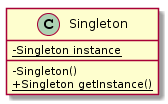
This is img/designpattern-singleton-ex-classdiagram.png from Lee-Changsun/Lee-Changsun.github.io, a PlantUML export, as it was before one commit.
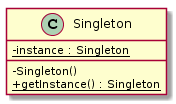
Above is the later version.

The edit, as a diff of the source:
```diff
@@ -1,9 +1,9 @@
 @startuml
 skinparam classAttributeIconSize 0
 class Singleton{
-    - {static} Singleton instance
+    - {static} instance : Singleton
     - Singleton()
-    + {static} Singleton getInstance()
+    + {static} getInstance() : Singleton
 
 }
 @enduml
```
